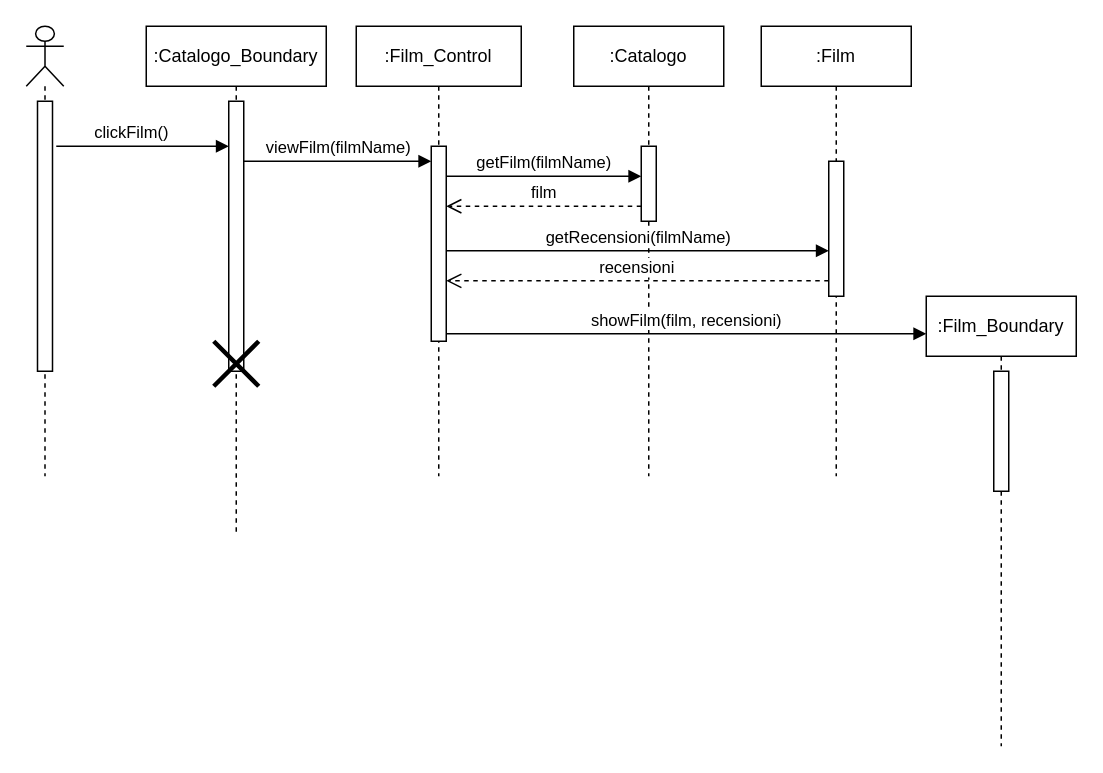
Before: New Diagrams/Sequence Diagrams/UC04 Visualizzazione Dettagli Film.drawio in superfra01/Rated, a draw.io diagram. Source tidied: cells renumbered, new cells numbered last; positions are measured from the earlier drawing's top-left corner, leaving out a move shared by most shapes. Both pictures are drawn from the tidied source at 150%, with x=0, y=0 at pixel (26, 26).
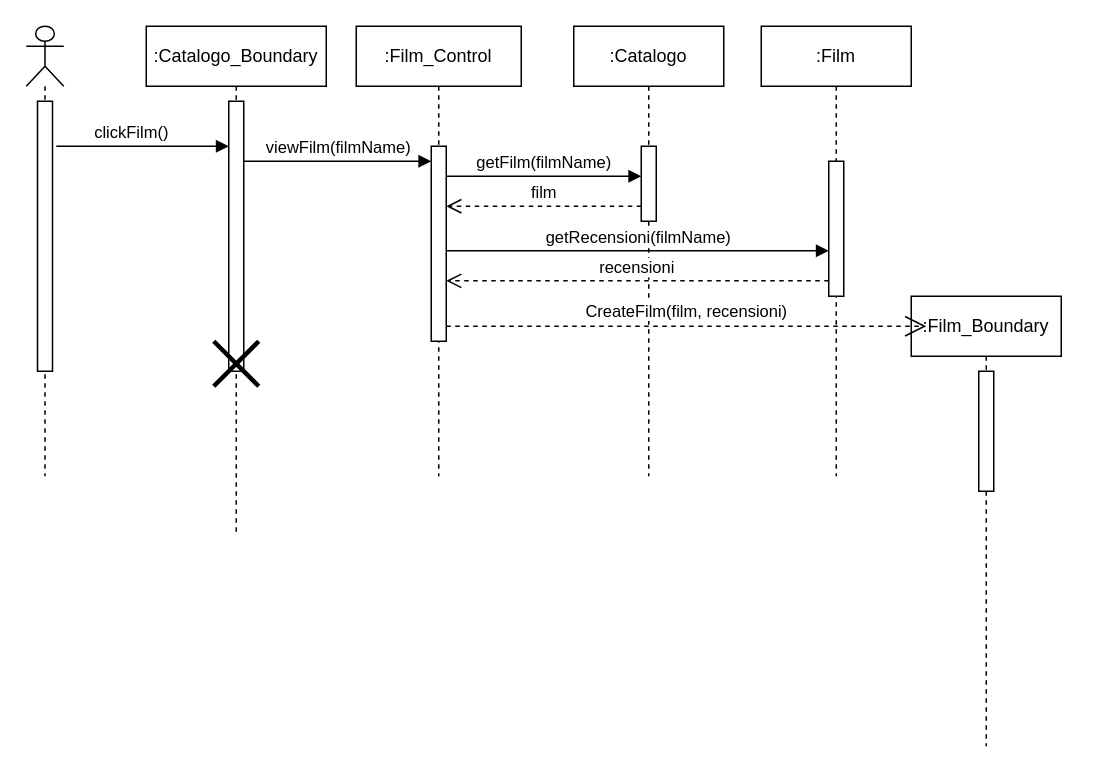
The same diagram, later.

The change refers to these unchanged cells:
```xml
<mxCell id="7" style="html=1;points=[[0,0,0,0,5],[0,1,0,0,-5],[1,0,0,0,5],[1,1,0,0,-5]];perimeter=orthogonalPerimeter;outlineConnect=0;targetShapes=umlLifeline;portConstraint=eastwest;newEdgeStyle={&quot;curved&quot;:0,&quot;rounded&quot;:0};" parent="6" vertex="1">
  <mxGeometry x="50" y="80" width="10" height="130" as="geometry" />
</mxCell>
```

The edit, as a diff of the source:
```diff
@@
     <mxCell id="19" value=":Film_Boundary" style="shape=umlLifeline;perimeter=lifelinePerimeter;whiteSpace=wrap;html=1;newEdgeStyle={&quot;curved&quot;:0,&quot;rounded&quot;:0};" parent="1" vertex="1">
-      <mxGeometry x="600" y="180" width="100" height="300" as="geometry" />
+      <mxGeometry x="590" y="180" width="100" height="300" as="geometry" />
     </mxCell>
@@
-    <mxCell id="21" value="showFilm(film, recensioni)" style="html=1;verticalAlign=bottom;endArrow=block;curved=0;rounded=0;exitX=1;exitY=1;exitDx=0;exitDy=-5;exitPerimeter=0;" parent="1" edge="1" source="7">
-      <mxGeometry relative="1" as="geometry">
-        <mxPoint x="600" y="205" as="targetPoint" />
-      </mxGeometry>
-    </mxCell>
+    <mxCell id="22" value="CreateFilm(film, recensioni)" style="endArrow=open;endSize=12;dashed=1;html=1;rounded=0;" parent="1" edge="1" source="7">
+      <mxGeometry y="10" relative="1" as="geometry">
+        <mxPoint x="600" y="200" as="targetPoint" />
+      </mxGeometry>
+    </mxCell>
```
